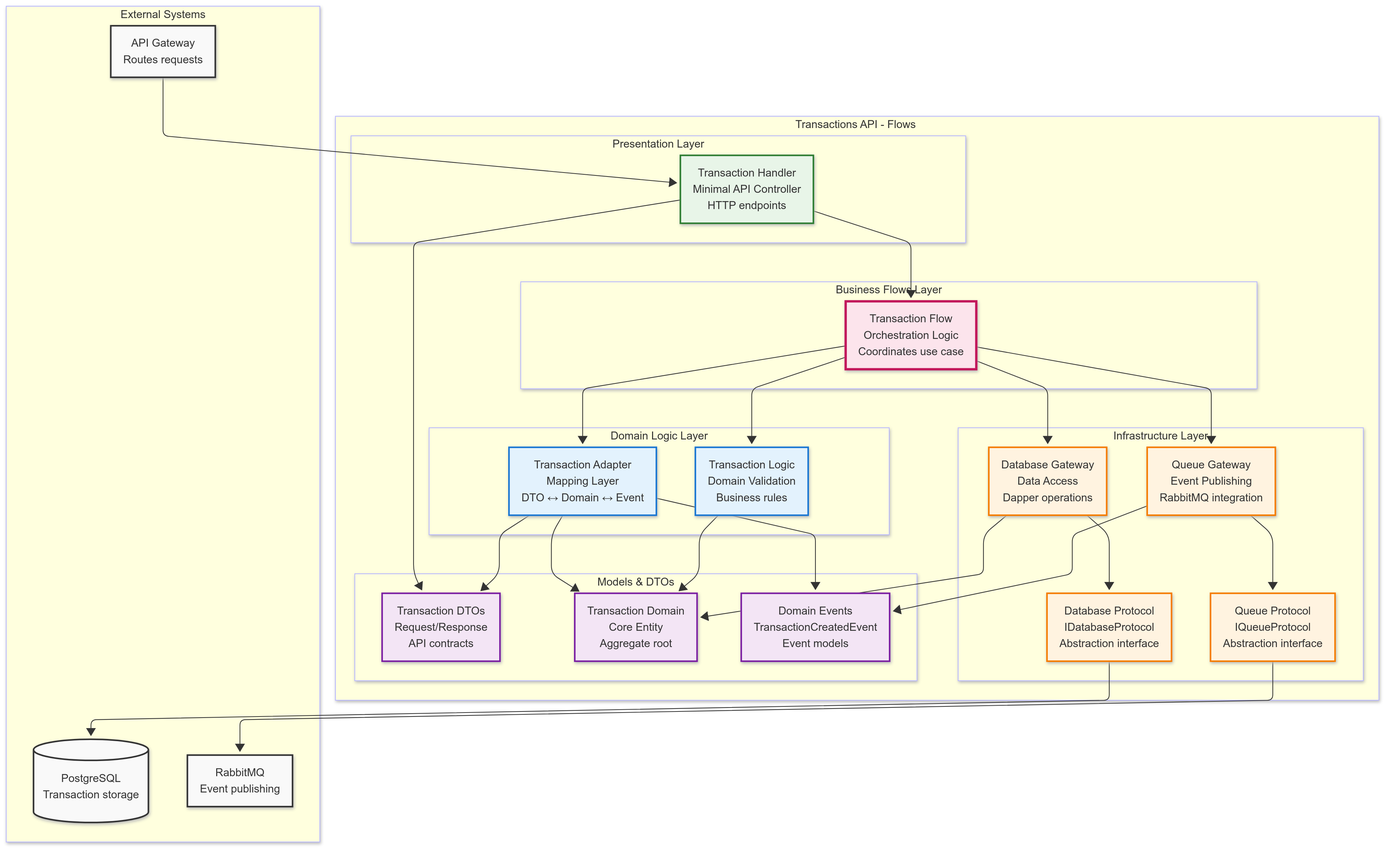
Earlier version of the Mermaid export docs/diagrams/images/c4-03a-transactions-components.png (whereisanzi/cash-flow-system). Its source is kept beside it as docs/diagrams/c4-03a-transactions-components.mmd.
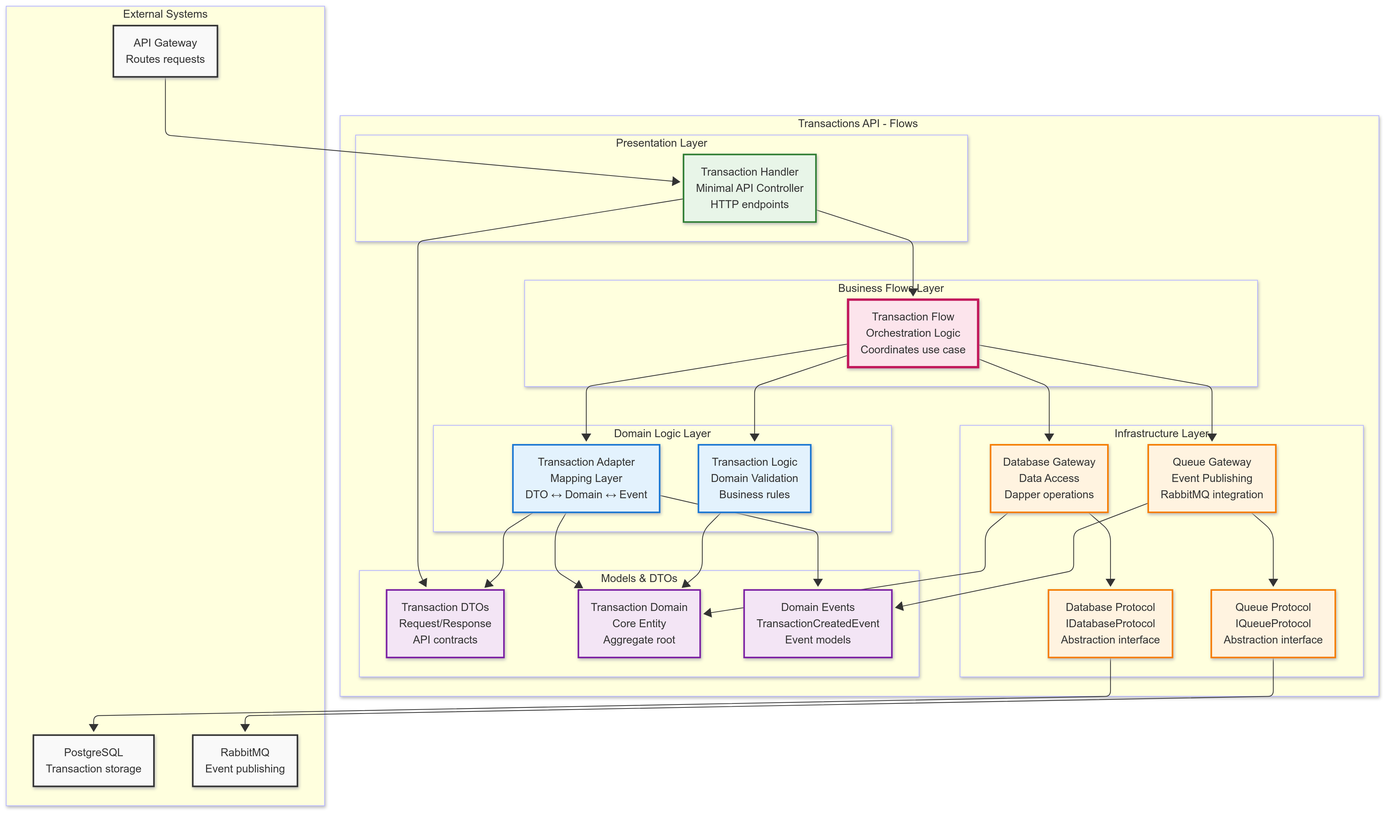
The same diagram one commit later.

What changed in the source:
```diff
@@ -1,7 +1,7 @@
 graph TB
   subgraph External[External Systems]
     Gateway[API Gateway<br/>Routes requests]
-    Database[(PostgreSQL<br/>Transaction storage)]
+    Database[PostgreSQL<br/>Transaction storage]
     RabbitMQ[RabbitMQ<br/>Event publishing]
   end
 
```
